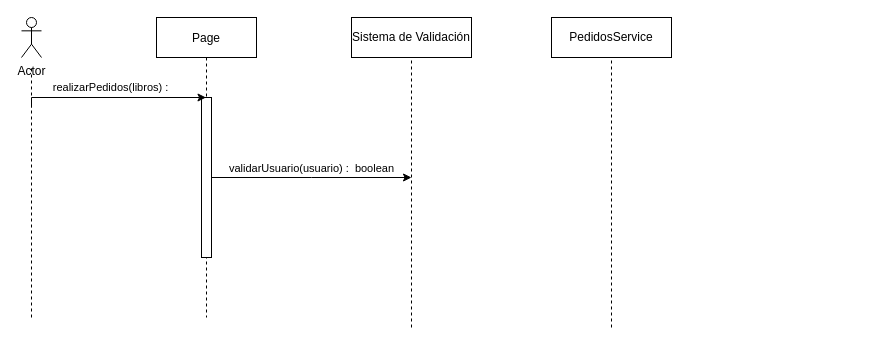
Above: Diagrama sin título.drawio in NicoJimenez123/tareas (draw.io), before the change. Source tidied: cells renumbered, new cells numbered last; positions are measured from the earlier drawing's top-left corner, leaving out a move shared by most shapes. Both pictures are drawn from the tidied source at 100%, with x=0, y=0 at pixel (21, 17).
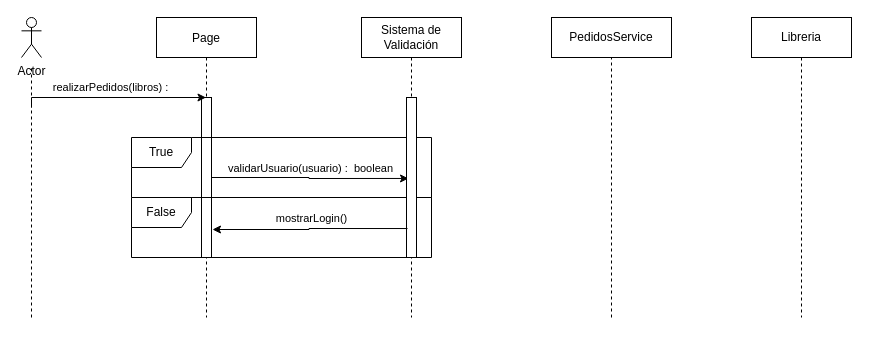
Above is the later version.

Unchanged cells that the change refers to:
```xml
<mxCell id="3" style="points=[];perimeter=orthogonalPerimeter;rounded=0;shadow=0;strokeWidth=1;" parent="2" vertex="1">
  <mxGeometry x="45" y="80" width="10" height="160" as="geometry" />
</mxCell>
<mxCell id="4" value="PedidosService" style="whiteSpace=wrap;html=1;" parent="1" vertex="1">
  <mxGeometry x="530" width="120" height="40" as="geometry" />
</mxCell>
```

Diff of the diagram source:
```diff
@@
-    <mxCell id="7" value="Sistema de Validación" style="whiteSpace=wrap;html=1;" parent="1" vertex="1">
-      <mxGeometry x="330" width="120" height="40" as="geometry" />
-    </mxCell>
     <mxCell id="8" style="endArrow=none;dashed=1;html=1;rounded=0;entryX=0.5;entryY=1;entryDx=0;entryDy=0;" parent="1" edge="1" target="4">
       <mxGeometry relative="1" as="geometry">
-        <mxPoint x="590" y="310" as="sourcePoint" />
+        <mxPoint x="590" y="300" as="sourcePoint" />
       </mxGeometry>
     </mxCell>
-    <mxCell id="9" style="endArrow=none;dashed=1;html=1;rounded=0;entryX=0.5;entryY=1;entryDx=0;entryDy=0;" parent="1" edge="1" target="7">
-      <mxGeometry relative="1" as="geometry">
-        <mxPoint x="390" y="310" as="sourcePoint" />
-      </mxGeometry>
-    </mxCell>
@@
-    <mxCell id="12" style="edgeStyle=orthogonalEdgeStyle;rounded=0;jettySize=auto;html=1;" parent="1" edge="1" source="3">
-      <mxGeometry relative="1" as="geometry">
-        <mxPoint x="390" y="160" as="targetPoint" />
-      </mxGeometry>
+    <mxCell id="12" style="edgeStyle=orthogonalEdgeStyle;rounded=0;jettySize=auto;html=1;entryX=0.2;entryY=0.506;entryDx=0;entryDy=0;entryPerimeter=0;" parent="1" edge="1" source="3" target="16">
+      <mxGeometry relative="1" as="geometry" />
     </mxCell>
@@
+    <mxCell id="14" value="True" style="shape=umlFrame;whiteSpace=wrap;html=1;" parent="1" vertex="1">
+      <mxGeometry x="110" y="120" width="300" height="60" as="geometry" />
+    </mxCell>
+    <mxCell id="15" value="False" style="shape=umlFrame;whiteSpace=wrap;html=1;" parent="1" vertex="1">
+      <mxGeometry x="110" y="180" width="300" height="60" as="geometry" />
+    </mxCell>
+    <mxCell id="7" value="&lt;div&gt;Sistema de Validación&lt;/div&gt;" style="shape=umlLifeline;perimeter=lifelinePerimeter;whiteSpace=wrap;html=1;outlineConnect=0;" parent="1" vertex="1">
+      <mxGeometry x="340" width="100" height="300" as="geometry" />
+    </mxCell>
+    <mxCell id="16" style="html=1;points=[];perimeter=orthogonalPerimeter;" parent="7" vertex="1">
+      <mxGeometry x="45" y="80" width="10" height="160" as="geometry" />
+    </mxCell>
+    <mxCell id="17" style="edgeStyle=orthogonalEdgeStyle;rounded=0;jettySize=auto;html=1;entryX=1.1;entryY=0.825;entryDx=0;entryDy=0;entryPerimeter=0;exitX=0.1;exitY=0.819;exitDx=0;exitDy=0;exitPerimeter=0;" parent="1" edge="1" source="16" target="3">
+      <mxGeometry relative="1" as="geometry" />
+    </mxCell>
+    <mxCell id="18" value="mostrarLogin()" style="edgeLabel;html=1;align=center;verticalAlign=middle;" parent="17" vertex="1">
+      <mxGeometry x="-0.14" y="1" relative="1" as="geometry">
+        <mxPoint x="-12" y="-12" as="offset" />
+      </mxGeometry>
+    </mxCell>
+    <mxCell id="19" value="Libreria" style="shape=umlLifeline;perimeter=lifelinePerimeter;whiteSpace=wrap;html=1;" parent="1" vertex="1">
+      <mxGeometry x="730" width="100" height="300" as="geometry" />
+    </mxCell>
```
